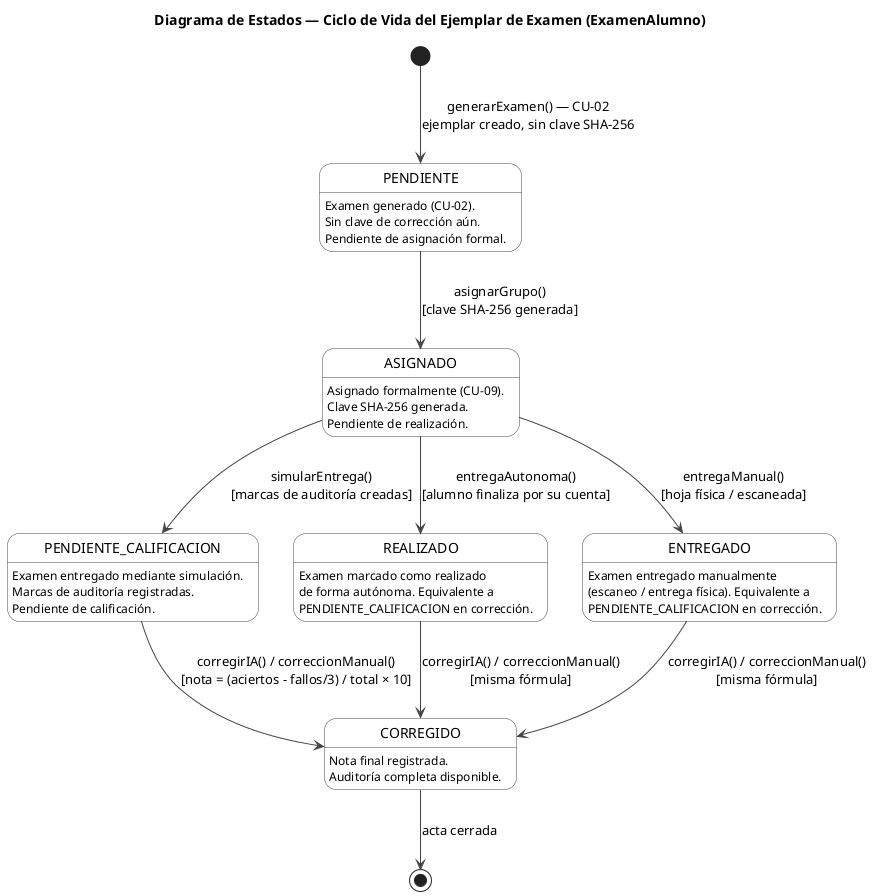
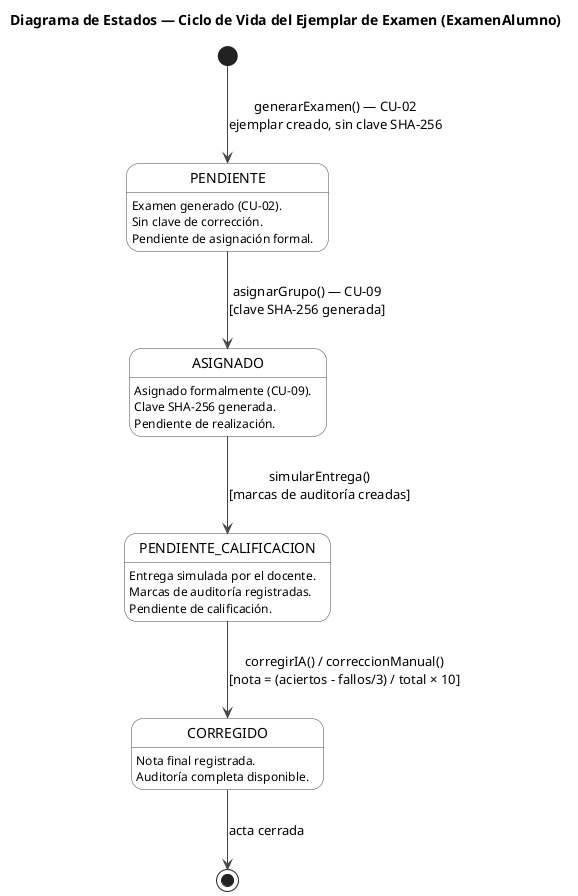
@startuml
title Diagrama de Estados — Ciclo de Vida del Ejemplar de Examen (ExamenAlumno)

skinparam state {
  BackgroundColor white
  BorderColor #444
  ArrowColor #444
  FontName Arial
}

[*] --> PENDIENTE : generarExamen() — CU-02\nejemplar creado, sin clave SHA-256

- state PENDIENTE : Examen generado (CU-02).\nSin clave de corrección aún.\nPendiente de asignación formal.
+ state PENDIENTE : Examen generado (CU-02).\nSin clave de corrección.\nPendiente de asignación formal.

state ASIGNADO : Asignado formalmente (CU-09).\nClave SHA-256 generada.\nPendiente de realización.

- state PENDIENTE_CALIFICACION : Examen entregado mediante simulación.\nMarcas de auditoría registradas.\nPendiente de calificación.
- 
- state REALIZADO : Examen marcado como realizado\nde forma autónoma. Equivalente a\nPENDIENTE_CALIFICACION en corrección.
- 
- state ENTREGADO : Examen entregado manualmente\n(escaneo / entrega física). Equivalente a\nPENDIENTE_CALIFICACION en corrección.
+ state PENDIENTE_CALIFICACION : Entrega simulada por el docente.\nMarcas de auditoría registradas.\nPendiente de calificación.

state CORREGIDO : Nota final registrada.\nAuditoría completa disponible.

- ' ─── Flujo principal ──────────────────────────────────────────────
- 
- PENDIENTE --> ASIGNADO : asignarGrupo()\n[clave SHA-256 generada]
+ PENDIENTE --> ASIGNADO : asignarGrupo() — CU-09\n[clave SHA-256 generada]

ASIGNADO --> PENDIENTE_CALIFICACION : simularEntrega()\n[marcas de auditoría creadas]

- ASIGNADO --> REALIZADO : entregaAutonoma()\n[alumno finaliza por su cuenta]
- 
- ASIGNADO --> ENTREGADO : entregaManual()\n[hoja física / escaneada]
- 
- ' ─── Corrección (los tres estados son equivalentes) ──────────────
- 
PENDIENTE_CALIFICACION --> CORREGIDO : corregirIA() / correccionManual()\n[nota = (aciertos - fallos/3) / total × 10]
- 
- REALIZADO --> CORREGIDO : corregirIA() / correccionManual()\n[misma fórmula]
- 
- ENTREGADO --> CORREGIDO : corregirIA() / correccionManual()\n[misma fórmula]

CORREGIDO --> [*] : acta cerrada

@enduml
